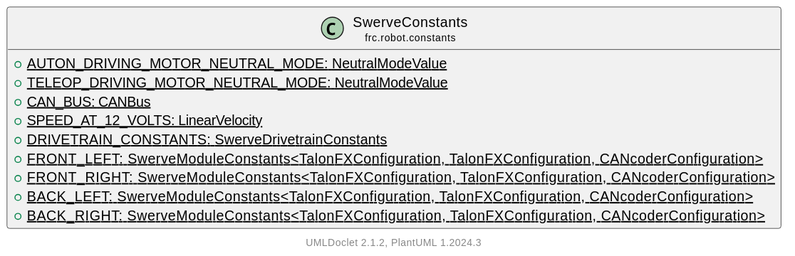
Above: docs/uml/frc/robot/constants/SwerveConstants.svg in LakotaRobotics1038/2026RobotProject (PlantUML), before the change. Source of this version:
```plantuml
@startuml
    set namespaceSeparator none
    hide empty fields
    hide empty methods

    class "<size:14>SwerveConstants\n<size:10>frc.robot.constants" as frc.robot.constants.SwerveConstants [[SwerveConstants.html]] {
        {static} +AUTON_DRIVING_MOTOR_NEUTRAL_MODE: NeutralModeValue
        {static} +TELEOP_DRIVING_MOTOR_NEUTRAL_MODE: NeutralModeValue
        {static} +CAN_BUS: CANBus
        {static} +SPEED_AT_12_VOLTS: LinearVelocity
        {static} +DRIVETRAIN_CONSTANTS: SwerveDrivetrainConstants
        {static} +FRONT_LEFT: SwerveModuleConstants<TalonFXConfiguration, TalonFXConfiguration, CANcoderConfiguration>
        {static} +FRONT_RIGHT: SwerveModuleConstants<TalonFXConfiguration, TalonFXConfiguration, CANcoderConfiguration>
        {static} +BACK_LEFT: SwerveModuleConstants<TalonFXConfiguration, TalonFXConfiguration, CANcoderConfiguration>
        {static} +BACK_RIGHT: SwerveModuleConstants<TalonFXConfiguration, TalonFXConfiguration, CANcoderConfiguration>
    }
    center footer UMLDoclet 2.1.2, PlantUML %version()
@enduml
```
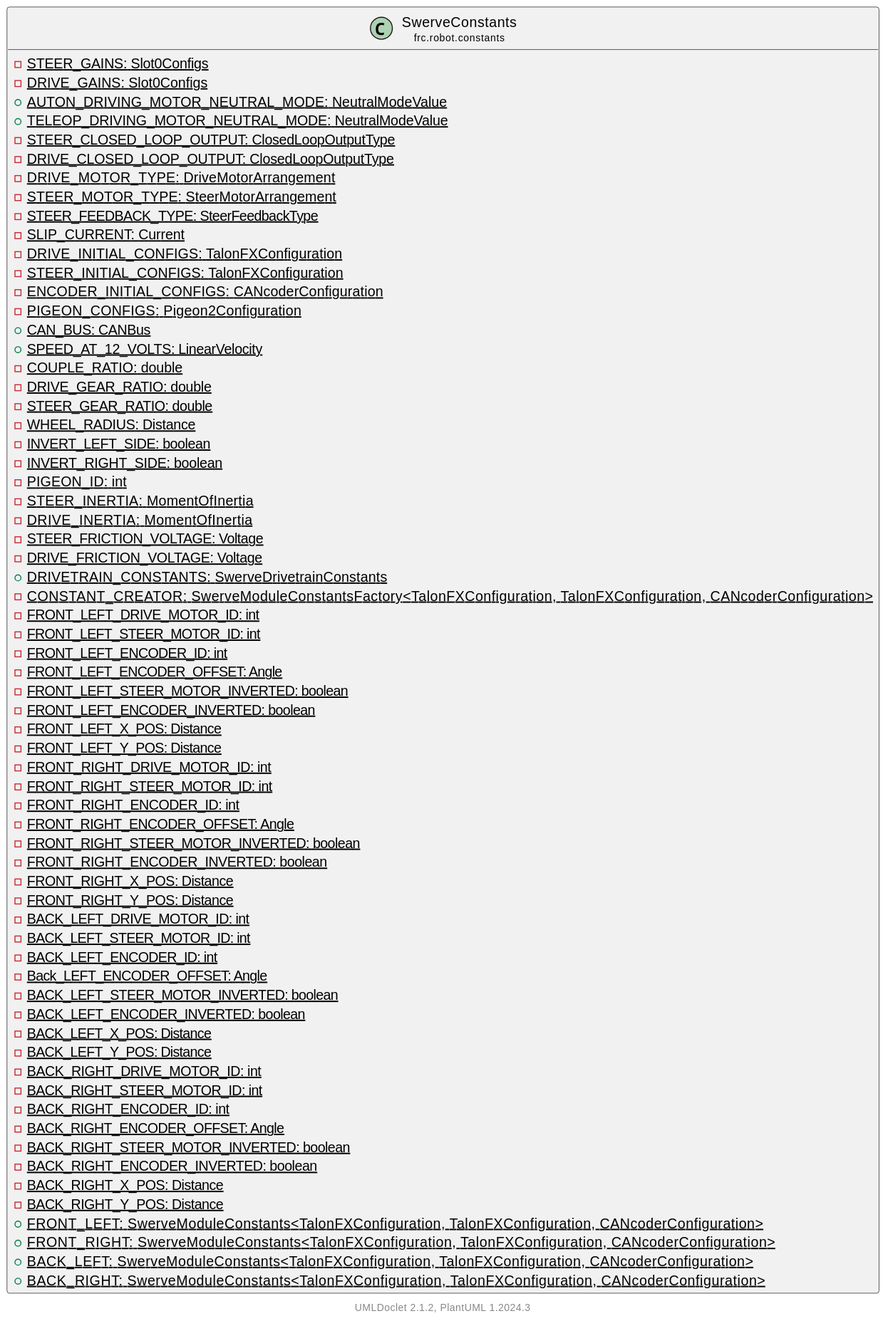
After the commit.

The edit, as a diff of the source:
```diff
@@ -4,11 +4,67 @@
     hide empty methods
 
     class "<size:14>SwerveConstants\n<size:10>frc.robot.constants" as frc.robot.constants.SwerveConstants [[SwerveConstants.html]] {
+        {static} -STEER_GAINS: Slot0Configs
+        {static} -DRIVE_GAINS: Slot0Configs
         {static} +AUTON_DRIVING_MOTOR_NEUTRAL_MODE: NeutralModeValue
         {static} +TELEOP_DRIVING_MOTOR_NEUTRAL_MODE: NeutralModeValue
+        {static} -STEER_CLOSED_LOOP_OUTPUT: ClosedLoopOutputType
+        {static} -DRIVE_CLOSED_LOOP_OUTPUT: ClosedLoopOutputType
+        {static} -DRIVE_MOTOR_TYPE: DriveMotorArrangement
+        {static} -STEER_MOTOR_TYPE: SteerMotorArrangement
+        {static} -STEER_FEEDBACK_TYPE: SteerFeedbackType
+        {static} -SLIP_CURRENT: Current
+        {static} -DRIVE_INITIAL_CONFIGS: TalonFXConfiguration
+        {static} -STEER_INITIAL_CONFIGS: TalonFXConfiguration
+        {static} -ENCODER_INITIAL_CONFIGS: CANcoderConfiguration
+        {static} -PIGEON_CONFIGS: Pigeon2Configuration
         {static} +CAN_BUS: CANBus
         {static} +SPEED_AT_12_VOLTS: LinearVelocity
+        {static} -COUPLE_RATIO: double
+        {static} -DRIVE_GEAR_RATIO: double
+        {static} -STEER_GEAR_RATIO: double
+        {static} -WHEEL_RADIUS: Distance
+        {static} -INVERT_LEFT_SIDE: boolean
+        {static} -INVERT_RIGHT_SIDE: boolean
+        {static} -PIGEON_ID: int
+        {static} -STEER_INERTIA: MomentOfInertia
+        {static} -DRIVE_INERTIA: MomentOfInertia
+        {static} -STEER_FRICTION_VOLTAGE: Voltage
+        {static} -DRIVE_FRICTION_VOLTAGE: Voltage
         {static} +DRIVETRAIN_CONSTANTS: SwerveDrivetrainConstants
+        {static} -CONSTANT_CREATOR: SwerveModuleConstantsFactory<TalonFXConfiguration, TalonFXConfiguration, CANcoderConfiguration>
+        {static} -FRONT_LEFT_DRIVE_MOTOR_ID: int
+        {static} -FRONT_LEFT_STEER_MOTOR_ID: int
+        {static} -FRONT_LEFT_ENCODER_ID: int
+        {static} -FRONT_LEFT_ENCODER_OFFSET: Angle
+        {static} -FRONT_LEFT_STEER_MOTOR_INVERTED: boolean
+        {static} -FRONT_LEFT_ENCODER_INVERTED: boolean
+        {static} -FRONT_LEFT_X_POS: Distance
+        {static} -FRONT_LEFT_Y_POS: Distance
+        {static} -FRONT_RIGHT_DRIVE_MOTOR_ID: int
+        {static} -FRONT_RIGHT_STEER_MOTOR_ID: int
+        {static} -FRONT_RIGHT_ENCODER_ID: int
+        {static} -FRONT_RIGHT_ENCODER_OFFSET: Angle
+        {static} -FRONT_RIGHT_STEER_MOTOR_INVERTED: boolean
+        {static} -FRONT_RIGHT_ENCODER_INVERTED: boolean
+        {static} -FRONT_RIGHT_X_POS: Distance
+        {static} -FRONT_RIGHT_Y_POS: Distance
+        {static} -BACK_LEFT_DRIVE_MOTOR_ID: int
+        {static} -BACK_LEFT_STEER_MOTOR_ID: int
+        {static} -BACK_LEFT_ENCODER_ID: int
+        {static} -Back_LEFT_ENCODER_OFFSET: Angle
+        {static} -BACK_LEFT_STEER_MOTOR_INVERTED: boolean
+        {static} -BACK_LEFT_ENCODER_INVERTED: boolean
+        {static} -BACK_LEFT_X_POS: Distance
+        {static} -BACK_LEFT_Y_POS: Distance
+        {static} -BACK_RIGHT_DRIVE_MOTOR_ID: int
+        {static} -BACK_RIGHT_STEER_MOTOR_ID: int
+        {static} -BACK_RIGHT_ENCODER_ID: int
+        {static} -BACK_RIGHT_ENCODER_OFFSET: Angle
+        {static} -BACK_RIGHT_STEER_MOTOR_INVERTED: boolean
+        {static} -BACK_RIGHT_ENCODER_INVERTED: boolean
+        {static} -BACK_RIGHT_X_POS: Distance
+        {static} -BACK_RIGHT_Y_POS: Distance
         {static} +FRONT_LEFT: SwerveModuleConstants<TalonFXConfiguration, TalonFXConfiguration, CANcoderConfiguration>
         {static} +FRONT_RIGHT: SwerveModuleConstants<TalonFXConfiguration, TalonFXConfiguration, CANcoderConfiguration>
         {static} +BACK_LEFT: SwerveModuleConstants<TalonFXConfiguration, TalonFXConfiguration, CANcoderConfiguration>
```
